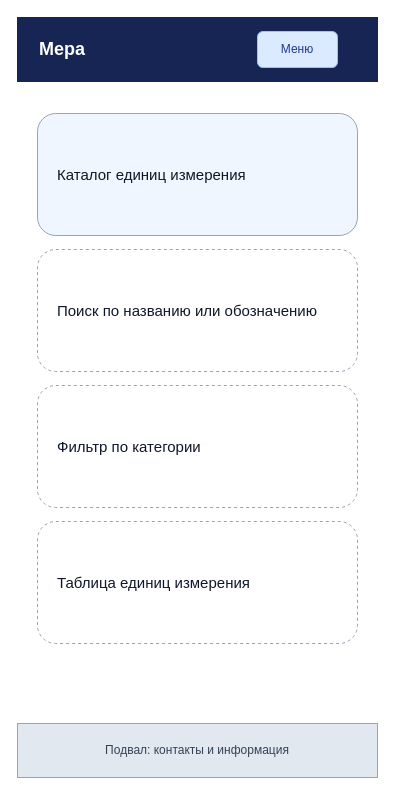
Above: page "Каталог единиц — Mobile" (4 of 9) of design/prototypes.drawio in Anatoly-Sobolev/web (draw.io), before the change. Source tidied: cells renumbered, new cells numbered last; positions are measured from the earlier drawing's top-left corner, leaving out a move shared by most shapes. Both pictures are drawn from the tidied source at 100%, with x=0, y=0 at pixel (17, 17).
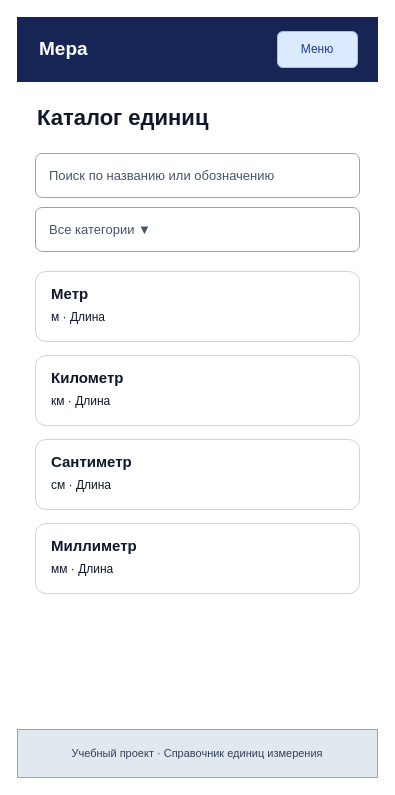
The same page after the edit.

What changed in the source:
```diff
@@
 <mxGraphModel>
   <root>
     <mxCell id="0" />
     <mxCell id="1" parent="0" />
-    <mxCell id="2" value="Мера" style="rounded=0;whiteSpace=wrap;html=1;fillColor=#172554;fontColor=#ffffff;strokeColor=#172554;fontSize=18;fontStyle=1;align=left;spacingLeft=20;" parent="1" vertex="1">
+    <mxCell id="2" value="Мера" style="rounded=0;whiteSpace=wrap;html=1;fillColor=#172554;strokeColor=#172554;fontColor=#ffffff;fontSize=19;fontStyle=1;align=left;spacingLeft=20;" parent="1" vertex="1">
       <mxGeometry width="360" height="64" as="geometry" />
     </mxCell>
     <mxCell id="3" value="Меню" style="rounded=1;whiteSpace=wrap;html=1;fillColor=#dbeafe;strokeColor=#93c5fd;fontColor=#1e3a8a;fontSize=12;" parent="1" vertex="1">
-      <mxGeometry x="240" y="14" width="80" height="36" as="geometry" />
+      <mxGeometry x="260" y="14" width="80" height="36" as="geometry" />
     </mxCell>
-    <mxCell id="4" value="Каталог единиц измерения" style="rounded=1;whiteSpace=wrap;html=1;fillColor=#eff6ff;strokeColor=#94a3b8;fontColor=#0f172a;fontSize=15;align=left;verticalAlign=middle;spacingLeft=18;dashed=0;" parent="1" vertex="1">
-      <mxGeometry x="20" y="96" width="320" height="122" as="geometry" />
+    <mxCell id="4" value="Каталог единиц" style="text;html=1;strokeColor=none;fillColor=none;align=left;verticalAlign=middle;whiteSpace=wrap;fontSize=22;fontStyle=1;fontColor=#0f172a;" parent="1" vertex="1">
+      <mxGeometry x="18" y="82" width="324" height="38" as="geometry" />
     </mxCell>
-    <mxCell id="5" value="Поиск по названию или обозначению" style="rounded=1;whiteSpace=wrap;html=1;fillColor=#ffffff;strokeColor=#94a3b8;fontColor=#0f172a;fontSize=15;align=left;verticalAlign=middle;spacingLeft=18;dashed=1;" parent="1" vertex="1">
-      <mxGeometry x="20" y="232" width="320" height="122" as="geometry" />
+    <mxCell id="5" value="Поиск по названию или обозначению" style="rounded=1;whiteSpace=wrap;html=1;fillColor=#ffffff;strokeColor=#94a3b8;fontColor=#475569;align=left;spacingLeft=12;fontSize=13;" parent="1" vertex="1">
+      <mxGeometry x="18" y="136" width="324" height="44" as="geometry" />
     </mxCell>
-    <mxCell id="6" value="Фильтр по категории" style="rounded=1;whiteSpace=wrap;html=1;fillColor=#ffffff;strokeColor=#94a3b8;fontColor=#0f172a;fontSize=15;align=left;verticalAlign=middle;spacingLeft=18;dashed=1;" parent="1" vertex="1">
-      <mxGeometry x="20" y="368" width="320" height="122" as="geometry" />
+    <mxCell id="6" value="Все категории ▼" style="rounded=1;whiteSpace=wrap;html=1;fillColor=#ffffff;strokeColor=#94a3b8;fontColor=#475569;align=left;spacingLeft=12;fontSize=13;" parent="1" vertex="1">
+      <mxGeometry x="18" y="190" width="324" height="44" as="geometry" />
     </mxCell>
-    <mxCell id="7" value="Таблица единиц измерения" style="rounded=1;whiteSpace=wrap;html=1;fillColor=#ffffff;strokeColor=#94a3b8;fontColor=#0f172a;fontSize=15;align=left;verticalAlign=middle;spacingLeft=18;dashed=1;" parent="1" vertex="1">
-      <mxGeometry x="20" y="504" width="320" height="122" as="geometry" />
+    <mxCell id="7" style="rounded=1;whiteSpace=wrap;html=1;fillColor=#ffffff;strokeColor=#cbd5e1;" parent="1" vertex="1">
+      <mxGeometry x="18" y="254" width="324" height="70" as="geometry" />
     </mxCell>
-    <mxCell id="8" value="Подвал: контакты и информация" style="rounded=0;whiteSpace=wrap;html=1;fillColor=#e2e8f0;strokeColor=#94a3b8;fontColor=#334155;fontSize=12;" parent="1" vertex="1">
-      <mxGeometry y="706" width="360" height="54" as="geometry" />
+    <mxCell id="8" value="Метр" style="text;html=1;strokeColor=none;fillColor=none;align=left;verticalAlign=middle;whiteSpace=wrap;fontSize=15;fontStyle=1;fontColor=#0f172a;" parent="1" vertex="1">
+      <mxGeometry x="32" y="264" width="296" height="24" as="geometry" />
     </mxCell>
+    <mxCell id="9" value="м · Длина" style="text;html=1;strokeColor=none;fillColor=none;align=left;verticalAlign=middle;whiteSpace=wrap;fontSize=12;fontStyle=0;fontColor=#0f172a;" parent="1" vertex="1">
+      <mxGeometry x="32" y="290" width="296" height="20" as="geometry" />
+    </mxCell>
+    <mxCell id="10" style="rounded=1;whiteSpace=wrap;html=1;fillColor=#ffffff;strokeColor=#cbd5e1;" parent="1" vertex="1">
+      <mxGeometry x="18" y="338" width="324" height="70" as="geometry" />
+    </mxCell>
+    <mxCell id="11" value="Километр" style="text;html=1;strokeColor=none;fillColor=none;align=left;verticalAlign=middle;whiteSpace=wrap;fontSize=15;fontStyle=1;fontColor=#0f172a;" parent="1" vertex="1">
+      <mxGeometry x="32" y="348" width="296" height="24" as="geometry" />
+    </mxCell>
+    <mxCell id="12" value="км · Длина" style="text;html=1;strokeColor=none;fillColor=none;align=left;verticalAlign=middle;whiteSpace=wrap;fontSize=12;fontStyle=0;fontColor=#0f172a;" parent="1" vertex="1">
+      <mxGeometry x="32" y="374" width="296" height="20" as="geometry" />
+    </mxCell>
+    <mxCell id="13" style="rounded=1;whiteSpace=wrap;html=1;fillColor=#ffffff;strokeColor=#cbd5e1;" parent="1" vertex="1">
+      <mxGeometry x="18" y="422" width="324" height="70" as="geometry" />
+    </mxCell>
+    <mxCell id="14" value="Сантиметр" style="text;html=1;strokeColor=none;fillColor=none;align=left;verticalAlign=middle;whiteSpace=wrap;fontSize=15;fontStyle=1;fontColor=#0f172a;" parent="1" vertex="1">
+      <mxGeometry x="32" y="432" width="296" height="24" as="geometry" />
+    </mxCell>
+    <mxCell id="15" value="см · Длина" style="text;html=1;strokeColor=none;fillColor=none;align=left;verticalAlign=middle;whiteSpace=wrap;fontSize=12;fontStyle=0;fontColor=#0f172a;" parent="1" vertex="1">
+      <mxGeometry x="32" y="458" width="296" height="20" as="geometry" />
+    </mxCell>
+    <mxCell id="16" style="rounded=1;whiteSpace=wrap;html=1;fillColor=#ffffff;strokeColor=#cbd5e1;" parent="1" vertex="1">
+      <mxGeometry x="18" y="506" width="324" height="70" as="geometry" />
+    </mxCell>
+    <mxCell id="17" value="Миллиметр" style="text;html=1;strokeColor=none;fillColor=none;align=left;verticalAlign=middle;whiteSpace=wrap;fontSize=15;fontStyle=1;fontColor=#0f172a;" parent="1" vertex="1">
+      <mxGeometry x="32" y="516" width="296" height="24" as="geometry" />
+    </mxCell>
+    <mxCell id="18" value="мм · Длина" style="text;html=1;strokeColor=none;fillColor=none;align=left;verticalAlign=middle;whiteSpace=wrap;fontSize=12;fontStyle=0;fontColor=#0f172a;" parent="1" vertex="1">
+      <mxGeometry x="32" y="542" width="296" height="20" as="geometry" />
+    </mxCell>
+    <mxCell id="19" value="Учебный проект · Справочник единиц измерения" style="rounded=0;whiteSpace=wrap;html=1;fillColor=#e2e8f0;strokeColor=#94a3b8;fontColor=#334155;fontSize=11;" parent="1" vertex="1">
+      <mxGeometry y="712" width="360" height="48" as="geometry" />
+    </mxCell>
   </root>
 </mxGraphModel>
```
